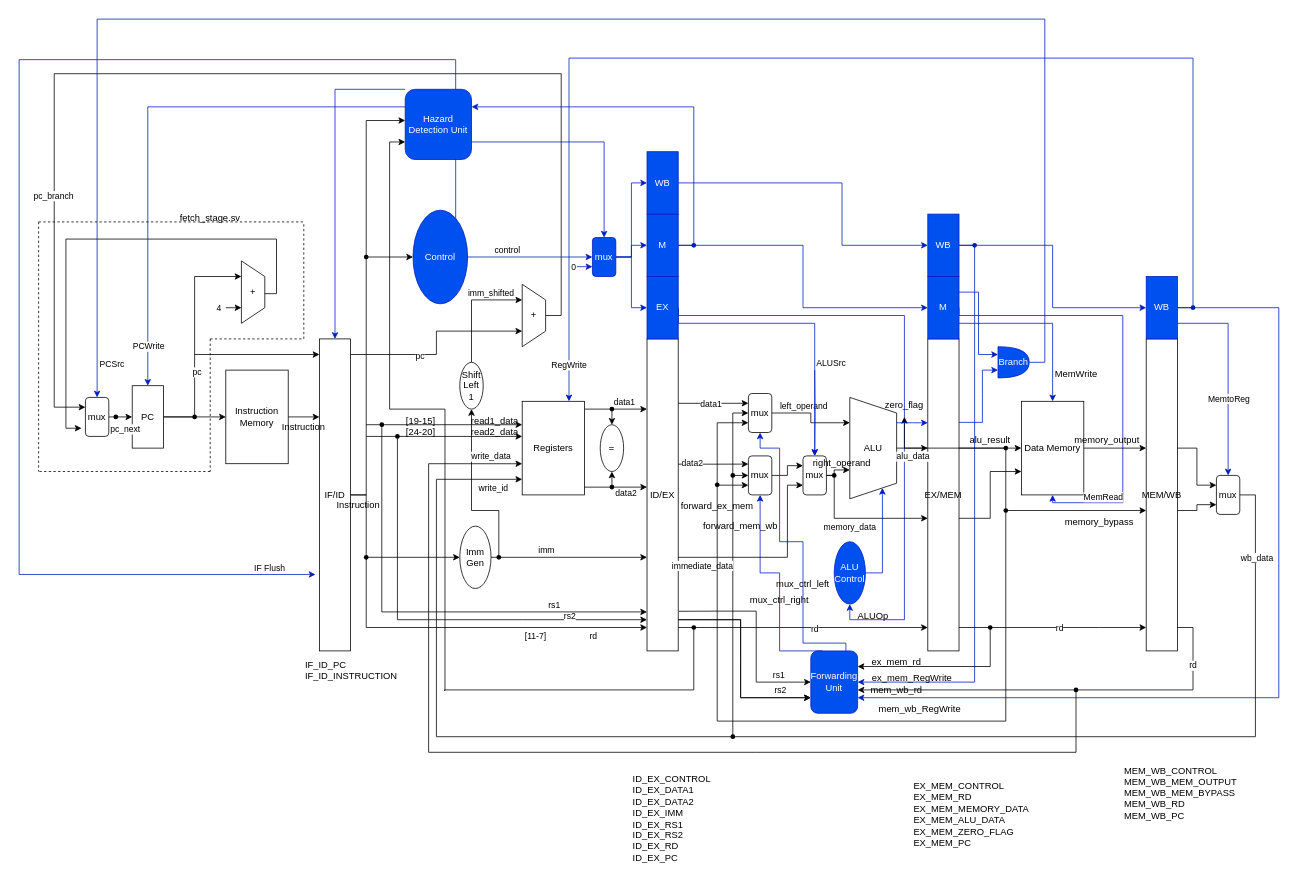
Earlier version of the draw.io diagram documentation/Architecture.drawio (RISC-V-on-FPGA/riscv). Source tidied: cells renumbered, new cells numbered last; positions are measured from the earlier drawing's top-left corner, leaving out a move shared by most shapes. Both pictures are drawn from the tidied source at 78%, with x=0, y=0 at pixel (19, 19).
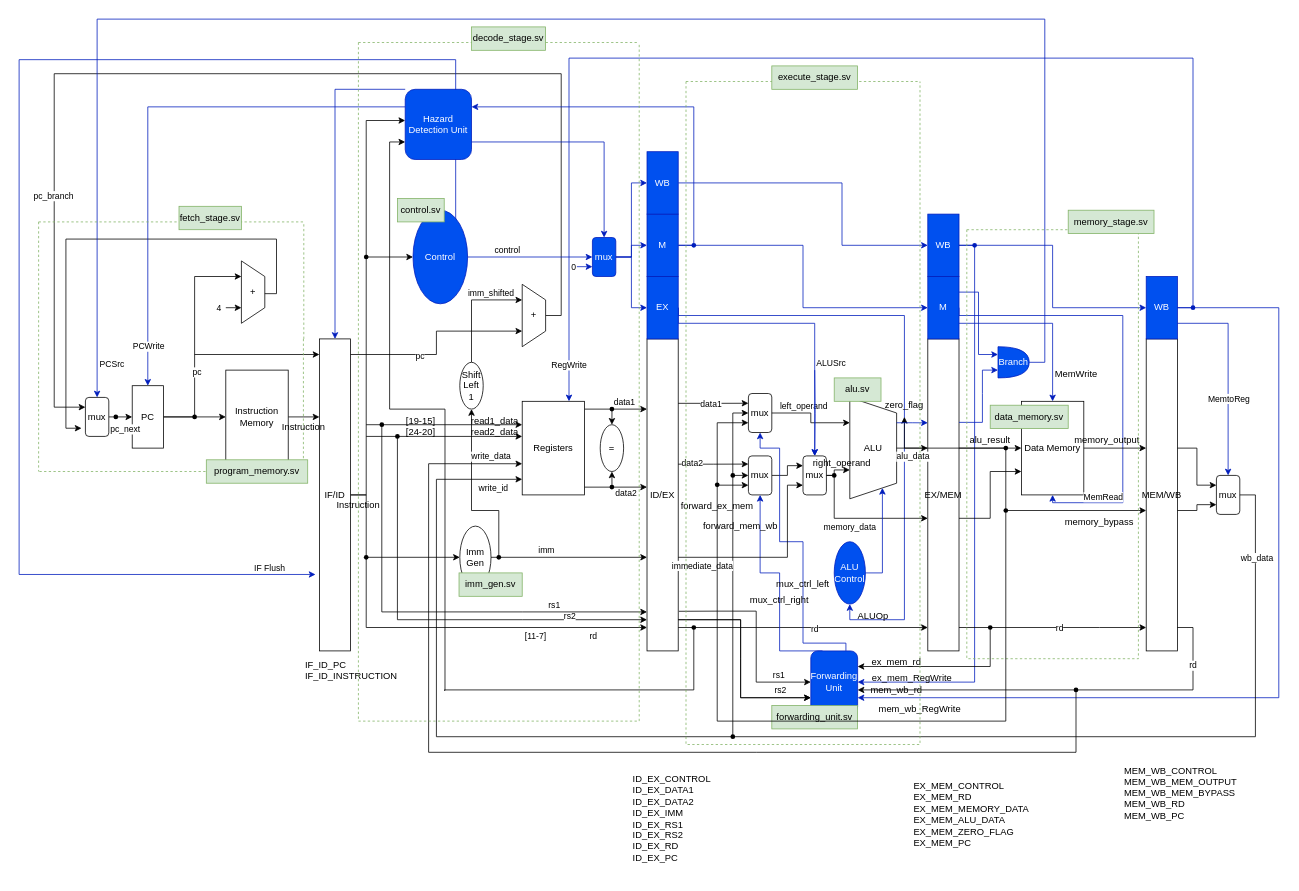
The same page after the edit.

Unchanged cells that the change refers to:
```xml
<mxCell id="49" value="mux&lt;br&gt;" style="rounded=1;whiteSpace=wrap;html=1;" parent="1" vertex="1">
  <mxGeometry x="935" y="480" width="30" height="50" as="geometry" />
</mxCell>
<mxCell id="165" style="shape=waypoint;sketch=0;fillStyle=solid;size=6;points=[];fillColor=none;perimeter=centerPerimeter;snapToPoint=1;" parent="1" vertex="1">
  <mxGeometry x="1255" y="620" width="20" height="20" as="geometry" />
</mxCell>
```

Change to the diagram source:
```diff
@@
-    <mxCell id="166" style="edgeStyle=orthogonalEdgeStyle;rounded=0;jettySize=auto;html=1;exitX=0.55;exitY=0.771;exitDx=0;exitDy=0;entryX=0;entryY=0.75;entryDx=0;entryDy=0;exitPerimeter=0;" parent="1" edge="1" source="165" target="49">
-      <mxGeometry relative="1" as="geometry">
-        <Array as="points">
-          <mxPoint x="1265" y="900" />
-          <mxPoint x="895" y="900" />
-          <mxPoint x="895" y="517" />
-        </Array>
-      </mxGeometry>
-    </mxCell>
@@
-    <mxCell id="187" style="endArrow=none;dashed=1;html=1;rounded=0;" parent="1" edge="1">
+    <mxCell id="187" style="endArrow=none;dashed=1;html=1;rounded=0;fillColor=#d5e8d4;strokeColor=#82b366;" parent="1" edge="1">
       <mxGeometry relative="1" as="geometry">
         <mxPoint x="25" y="260" as="sourcePoint" />
         <mxPoint x="365" y="260" as="targetPoint" />
       </mxGeometry>
     </mxCell>
-    <mxCell id="188" style="endArrow=none;dashed=1;html=1;rounded=0;" parent="1" edge="1">
+    <mxCell id="188" style="endArrow=none;dashed=1;html=1;rounded=0;fillColor=#d5e8d4;strokeColor=#82b366;" parent="1" edge="1">
       <mxGeometry relative="1" as="geometry">
         <mxPoint x="365" y="410" as="sourcePoint" />
         <mxPoint x="365" y="260" as="targetPoint" />
       </mxGeometry>
     </mxCell>
-    <mxCell id="189" style="endArrow=none;dashed=1;html=1;rounded=0;" parent="1" edge="1">
-      <mxGeometry relative="1" as="geometry">
-        <mxPoint x="245" y="410" as="sourcePoint" />
-        <mxPoint x="365" y="410" as="targetPoint" />
-      </mxGeometry>
-    </mxCell>
-    <mxCell id="190" style="endArrow=none;dashed=1;html=1;rounded=0;" parent="1" edge="1">
+    <mxCell id="190" style="endArrow=none;dashed=1;html=1;rounded=0;fillColor=#d5e8d4;strokeColor=#82b366;" parent="1" edge="1">
       <mxGeometry relative="1" as="geometry">
-        <mxPoint x="245" y="410" as="sourcePoint" />
-        <mxPoint x="245" y="580" as="targetPoint" />
+        <mxPoint x="364.5" y="410" as="sourcePoint" />
+        <mxPoint x="364.5" y="580" as="targetPoint" />
       </mxGeometry>
     </mxCell>
-    <mxCell id="191" style="endArrow=none;dashed=1;html=1;rounded=0;" parent="1" edge="1">
+    <mxCell id="191" style="endArrow=none;dashed=1;html=1;rounded=0;fillColor=#d5e8d4;strokeColor=#82b366;" parent="1" edge="1">
       <mxGeometry relative="1" as="geometry">
         <mxPoint x="245" y="580" as="sourcePoint" />
         <mxPoint x="25" y="580" as="targetPoint" />
       </mxGeometry>
     </mxCell>
-    <mxCell id="192" style="endArrow=none;dashed=1;html=1;rounded=0;" parent="1" edge="1">
+    <mxCell id="192" style="endArrow=none;dashed=1;html=1;rounded=0;fillColor=#d5e8d4;strokeColor=#82b366;" parent="1" edge="1">
       <mxGeometry relative="1" as="geometry">
         <mxPoint x="25" y="260" as="sourcePoint" />
         <mxPoint x="25" y="580" as="targetPoint" />
       </mxGeometry>
     </mxCell>
-    <mxCell id="193" value="fetch_stage.sv" style="text;html=1;strokeColor=none;fillColor=none;align=center;verticalAlign=middle;whiteSpace=wrap;rounded=0;" parent="1" vertex="1">
-      <mxGeometry x="215" y="240" width="60" height="30" as="geometry" />
+    <mxCell id="193" value="fetch_stage.sv" style="text;html=1;strokeColor=#82b366;fillColor=#d5e8d4;align=center;verticalAlign=middle;whiteSpace=wrap;rounded=0;" parent="1" vertex="1">
+      <mxGeometry x="205" y="240" width="80" height="30" as="geometry" />
     </mxCell>
@@
+    <mxCell id="218" style="swimlane;startSize=0;dashed=1;fillColor=#d5e8d4;strokeColor=#82b366;" parent="1" vertex="1">
+      <mxGeometry x="435" y="30" width="360" height="870" as="geometry" />
+    </mxCell>
+    <mxCell id="219" value="imm_gen.sv" style="text;html=1;align=center;verticalAlign=middle;whiteSpace=wrap;rounded=0;fillColor=#d5e8d4;strokeColor=#82b366;" parent="218" vertex="1">
+      <mxGeometry x="129" y="680" width="81" height="30" as="geometry" />
+    </mxCell>
+    <mxCell id="220" value="decode_stage.sv" style="text;html=1;align=center;verticalAlign=middle;whiteSpace=wrap;rounded=0;fillColor=#d5e8d4;strokeColor=#82b366;" parent="1" vertex="1">
+      <mxGeometry x="580" y="10" width="95" height="30" as="geometry" />
+    </mxCell>
+    <mxCell id="221" style="swimlane;startSize=0;dashed=1;fillColor=#d5e8d4;strokeColor=#82b366;" parent="1" vertex="1">
+      <mxGeometry x="855" y="80" width="300" height="850" as="geometry" />
+    </mxCell>
+    <mxCell id="222" value="forwarding_unit.sv" style="text;html=1;align=center;verticalAlign=middle;whiteSpace=wrap;rounded=0;fillColor=#d5e8d4;strokeColor=#82b366;" parent="221" vertex="1">
+      <mxGeometry x="110" y="800" width="110" height="30" as="geometry" />
+    </mxCell>
+    <mxCell id="223" value="alu.sv" style="text;html=1;align=center;verticalAlign=middle;whiteSpace=wrap;rounded=0;fillColor=#d5e8d4;strokeColor=#82b366;" parent="221" vertex="1">
+      <mxGeometry x="190" y="380" width="60" height="30" as="geometry" />
+    </mxCell>
+    <mxCell id="224" value="execute_stage.sv" style="text;html=1;align=center;verticalAlign=middle;whiteSpace=wrap;rounded=0;fillColor=#d5e8d4;strokeColor=#82b366;" parent="1" vertex="1">
+      <mxGeometry x="965" y="60" width="110" height="30" as="geometry" />
+    </mxCell>
+    <mxCell id="225" style="swimlane;startSize=0;dashed=1;fillColor=#d5e8d4;strokeColor=#82b366;" parent="1" vertex="1">
+      <mxGeometry x="1215" y="270" width="220" height="550" as="geometry" />
+    </mxCell>
+    <mxCell id="226" value="data_memory.sv" style="text;html=1;align=center;verticalAlign=middle;whiteSpace=wrap;rounded=0;fillColor=#d5e8d4;strokeColor=#82b366;" parent="225" vertex="1">
+      <mxGeometry x="30" y="225" width="100" height="30" as="geometry" />
+    </mxCell>
+    <mxCell id="227" value="memory_stage.sv" style="text;html=1;align=center;verticalAlign=middle;whiteSpace=wrap;rounded=0;fillColor=#d5e8d4;strokeColor=#82b366;" parent="1" vertex="1">
+      <mxGeometry x="1345" y="245" width="110" height="30" as="geometry" />
+    </mxCell>
+    <mxCell id="228" value="control.sv" style="text;html=1;align=center;verticalAlign=middle;whiteSpace=wrap;rounded=0;fillColor=#d5e8d4;strokeColor=#82b366;" parent="1" vertex="1">
+      <mxGeometry x="485" y="230" width="60" height="30" as="geometry" />
+    </mxCell>
+    <mxCell id="166" style="edgeStyle=orthogonalEdgeStyle;rounded=0;jettySize=auto;html=1;exitX=0.55;exitY=0.771;exitDx=0;exitDy=0;entryX=0;entryY=0.75;entryDx=0;entryDy=0;exitPerimeter=0;" parent="1" edge="1" source="165" target="49">
+      <mxGeometry relative="1" as="geometry">
+        <Array as="points">
+          <mxPoint x="1265" y="900" />
+          <mxPoint x="895" y="900" />
+          <mxPoint x="895" y="517" />
+        </Array>
+      </mxGeometry>
+    </mxCell>
+    <mxCell id="229" value="program_memory.sv" style="text;html=1;align=center;verticalAlign=middle;whiteSpace=wrap;rounded=0;fillColor=#d5e8d4;strokeColor=#82b366;" parent="1" vertex="1">
+      <mxGeometry x="240" y="565" width="130" height="30" as="geometry" />
+    </mxCell>
```
